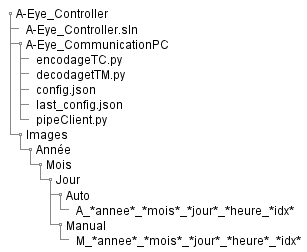
The PlantUML diagram out/plantuml/A-Eye_arboresence/arbo_PC.png in GuilhemROLLAND/A-Eye_Documentation, before a commit. Its diagram source:
```plantuml
@startsalt arbo_PC
{
    {T
        +A-Eye_Controller
            ++A-Eye_Controller.sln
            ++A-Eye_CommunicationPC
                +++encodageTC.py
                +++decodagetTM.py
                +++config.json
                +++last_config.json
                +++pipeClient.py
            ++Images
                +++Année
                    ++++Mois
                        +++++Jour
                            ++++++Auto
                                +++++++A_*annee*_*mois*_*jour*_*heure_*idx*
                            ++++++Manual
                                +++++++M_*annee*_*mois*_*jour*_*heure*_*idx*
    }
}

@endsalt
```
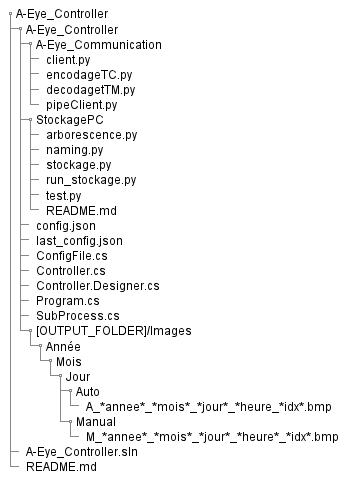
After the change.

What changed in the source:
```diff
@@ -1,22 +1,37 @@
 @startsalt arbo_PC
 {
     {T
-        +A-Eye_Controller
-            ++A-Eye_Controller.sln
-            ++A-Eye_CommunicationPC
-                +++encodageTC.py
-                +++decodagetTM.py
-                +++config.json
-                +++last_config.json
-                +++pipeClient.py
-            ++Images
-                +++Année
-                    ++++Mois
-                        +++++Jour
-                            ++++++Auto
-                                +++++++A_*annee*_*mois*_*jour*_*heure_*idx*
-                            ++++++Manual
-                                +++++++M_*annee*_*mois*_*jour*_*heure*_*idx*
+    +A-Eye_Controller
+        ++A-Eye_Controller
+            +++A-Eye_Communication
+                ++++client.py
+                ++++encodageTC.py
+                ++++decodagetTM.py
+                ++++pipeClient.py
+            +++StockagePC
+                ++++arborescence.py
+                ++++naming.py
+                ++++stockage.py
+                ++++run_stockage.py
+                ++++test.py
+                ++++README.md
+            +++config.json
+            +++last_config.json
+            +++ConfigFile.cs
+            +++Controller.cs
+            +++Controller.Designer.cs
+            +++Program.cs
+            +++SubProcess.cs
+            +++[OUTPUT_FOLDER]/Images
+                ++++Année
+                    +++++Mois
+                        ++++++Jour
+                            +++++++Auto
+                                ++++++++A_*annee*_*mois*_*jour*_*heure_*idx*.bmp
+                            +++++++Manual
+                                ++++++++M_*annee*_*mois*_*jour*_*heure*_*idx*.bmp
+        ++A-Eye_Controller.sln
+        ++README.md
     }
 }
 
```
